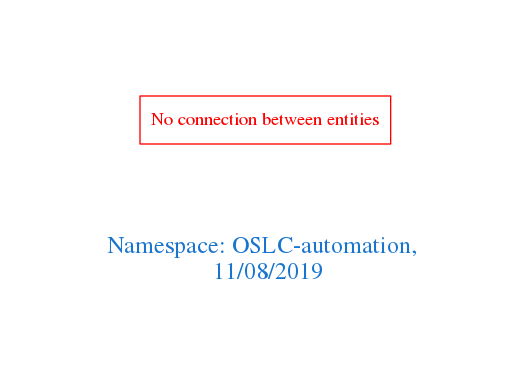
The Graphviz diagram downloads/OSLC-automation.png in arago/OGIT, before a commit. Its source is kept beside it as downloads/OSLC-automation.dot.
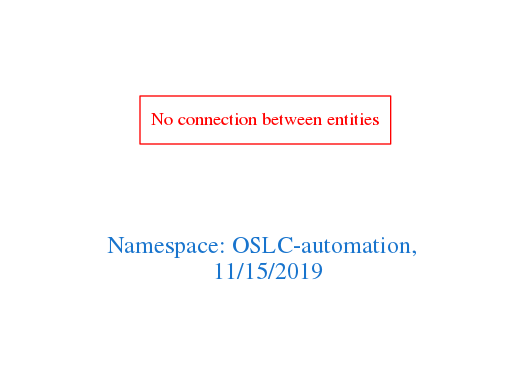
After the commit.

What changed in the source:
```diff
@@ -1,7 +1,7 @@
 digraph OGIT_ontology {
  graph [ rankdir= LR,pad=1
 fontsize = 18,
-fontcolor= dodgerblue3,label = "\n\n\nNamespace: OSLC-automation, \n 11/08/2019"];
+fontcolor= dodgerblue3,label = "\n\n\nNamespace: OSLC-automation, \n 11/15/2019"];
 node[shape=polygon];
 edge [  color="gray81"];
 
```
